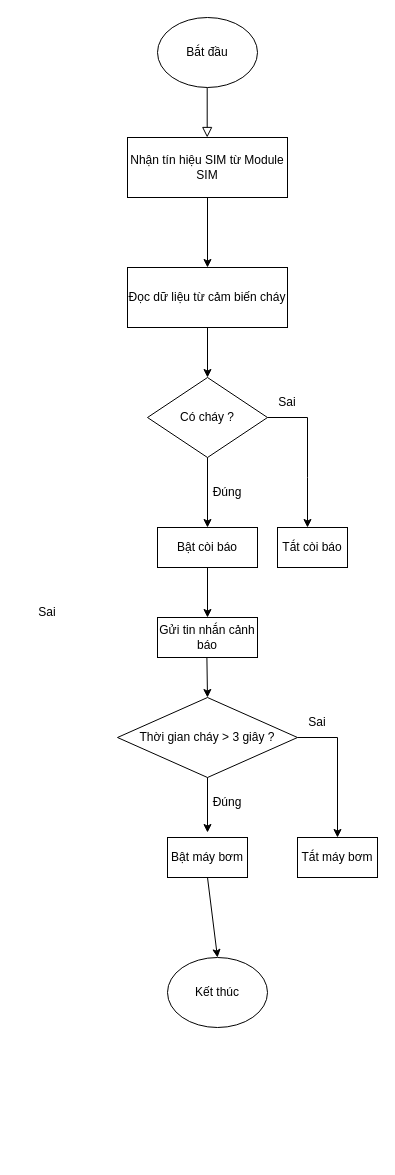
Before: block_diagram/flowchart_canhbaochay.drawio in imvietp/Final_Thesis, a draw.io diagram. Source tidied: cells renumbered, new cells numbered last; positions are measured from the earlier drawing's top-left corner, leaving out a move shared by most shapes. Both pictures are drawn from the tidied source at 100%, with x=0, y=0 at pixel (17, 17).
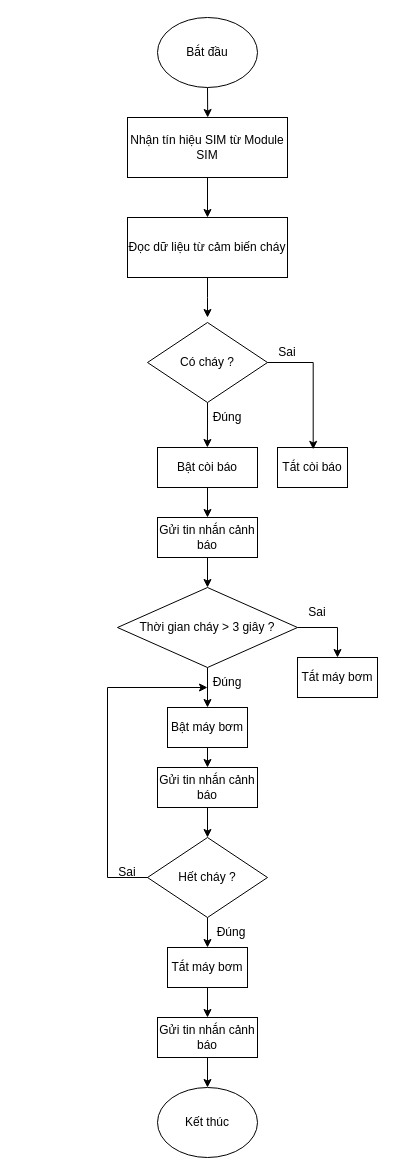
After the change.

Unchanged cells that the change refers to:
```xml
<mxCell id="3" value="Bắt đầu" style="ellipse;whiteSpace=wrap;html=1;" parent="1" vertex="1">
  <mxGeometry x="140" width="100" height="70" as="geometry" />
</mxCell>
```

Diff of the diagram source:
```diff
@@
-    <mxCell id="2" style="rounded=0;html=1;jettySize=auto;orthogonalLoop=1;fontSize=11;endArrow=block;endFill=0;endSize=8;strokeWidth=1;shadow=0;labelBackgroundColor=none;edgeStyle=orthogonalEdgeStyle;" parent="1" edge="1">
-      <mxGeometry relative="1" as="geometry">
-        <mxPoint x="189.7" y="70" as="sourcePoint" />
-        <mxPoint x="189.7" y="120" as="targetPoint" />
-      </mxGeometry>
-    </mxCell>
+    <mxCell id="28" style="edgeStyle=orthogonalEdgeStyle;rounded=0;jettySize=auto;html=1;exitX=0.5;exitY=1;exitDx=0;exitDy=0;" parent="1" edge="1" source="3">
+      <mxGeometry relative="1" as="geometry">
+        <mxPoint x="190.2" y="100" as="targetPoint" />
+      </mxGeometry>
+    </mxCell>
@@
+    <mxCell id="29" style="edgeStyle=orthogonalEdgeStyle;rounded=0;jettySize=auto;html=1;exitX=0.5;exitY=1;exitDx=0;exitDy=0;" parent="1" edge="1" source="4">
+      <mxGeometry relative="1" as="geometry">
+        <mxPoint x="189.9" y="430" as="targetPoint" />
+      </mxGeometry>
+    </mxCell>
     <mxCell id="4" value="Có cháy ?" style="rhombus;whiteSpace=wrap;html=1;" parent="1" vertex="1">
-      <mxGeometry x="130" y="360" width="120" height="80" as="geometry" />
+      <mxGeometry x="130" y="305" width="120" height="80" as="geometry" />
     </mxCell>
-    <mxCell id="5" style="endArrow=classic;html=1;rounded=0;exitX=0.5;exitY=1;exitDx=0;exitDy=0;" parent="1" edge="1" source="4">
-      <mxGeometry relative="1" as="geometry">
-        <mxPoint x="190" y="510" as="targetPoint" />
-      </mxGeometry>
-    </mxCell>
     <mxCell id="6" value="Đúng" style="text;html=1;align=center;verticalAlign=middle;whiteSpace=wrap;rounded=0;" parent="1" vertex="1">
-      <mxGeometry x="180" y="460" width="60" height="30" as="geometry" />
+      <mxGeometry x="180" y="385" width="60" height="30" as="geometry" />
     </mxCell>
-    <mxCell id="7" style="endArrow=classic;html=1;rounded=0;exitX=1;exitY=0.5;exitDx=0;exitDy=0;" parent="1" edge="1" source="4">
-      <mxGeometry relative="1" as="geometry">
-        <mxPoint x="290" y="510" as="targetPoint" />
-        <Array as="points">
-          <mxPoint x="290" y="400" />
-          <mxPoint x="290" y="460" />
-        </Array>
-      </mxGeometry>
-    </mxCell>
     <mxCell id="8" value="Sai" style="text;html=1;align=center;verticalAlign=middle;whiteSpace=wrap;rounded=0;" parent="1" vertex="1">
-      <mxGeometry x="240" y="370" width="60" height="30" as="geometry" />
+      <mxGeometry x="240" y="320" width="60" height="30" as="geometry" />
     </mxCell>
+    <mxCell id="30" style="edgeStyle=orthogonalEdgeStyle;rounded=0;jettySize=auto;html=1;exitX=0.5;exitY=1;exitDx=0;exitDy=0;entryX=0.5;entryY=0;entryDx=0;entryDy=0;" parent="1" edge="1" source="9" target="22">
+      <mxGeometry relative="1" as="geometry" />
+    </mxCell>
     <mxCell id="9" value="Bật còi báo" style="rounded=0;whiteSpace=wrap;html=1;" parent="1" vertex="1">
-      <mxGeometry x="140" y="510" width="100" height="40" as="geometry" />
+      <mxGeometry x="140" y="430" width="100" height="40" as="geometry" />
     </mxCell>
     <mxCell id="10" value="Tắt còi báo" style="rounded=0;whiteSpace=wrap;html=1;" parent="1" vertex="1">
-      <mxGeometry x="260" y="510" width="70" height="40" as="geometry" />
+      <mxGeometry x="260" y="430" width="70" height="40" as="geometry" />
     </mxCell>
-    <mxCell id="11" style="endArrow=classic;html=1;rounded=0;exitX=0.5;exitY=1;exitDx=0;exitDy=0;" parent="1" edge="1" source="9">
-      <mxGeometry relative="1" as="geometry">
-        <mxPoint x="190" y="600" as="targetPoint" />
-      </mxGeometry>
-    </mxCell>
+    <mxCell id="31" style="edgeStyle=orthogonalEdgeStyle;rounded=0;jettySize=auto;html=1;exitX=0.5;exitY=1;exitDx=0;exitDy=0;entryX=0.5;entryY=0;entryDx=0;entryDy=0;" parent="1" edge="1" source="12" target="14">
+      <mxGeometry relative="1" as="geometry" />
+    </mxCell>
     <mxCell id="12" value="Thời gian cháy &amp;gt; 3 giây ?" style="rhombus;whiteSpace=wrap;html=1;" parent="1" vertex="1">
-      <mxGeometry x="100" y="680" width="180" height="80" as="geometry" />
+      <mxGeometry x="100" y="570" width="180" height="80" as="geometry" />
     </mxCell>
-    <mxCell id="13" value="Sai" style="text;html=1;align=center;verticalAlign=middle;whiteSpace=wrap;rounded=0;" parent="1" vertex="1">
-      <mxGeometry y="580" width="60" height="30" as="geometry" />
-    </mxCell>
+    <mxCell id="32" style="edgeStyle=orthogonalEdgeStyle;rounded=0;jettySize=auto;html=1;exitX=0.5;exitY=1;exitDx=0;exitDy=0;entryX=0.5;entryY=0;entryDx=0;entryDy=0;" parent="1" edge="1" source="14" target="42">
+      <mxGeometry relative="1" as="geometry" />
+    </mxCell>
     <mxCell id="14" value="Bật máy bơm" style="rounded=0;whiteSpace=wrap;html=1;" parent="1" vertex="1">
-      <mxGeometry x="150" y="820" width="80" height="40" as="geometry" />
+      <mxGeometry x="150" y="690" width="80" height="40" as="geometry" />
     </mxCell>
-    <mxCell id="15" style="endArrow=classic;html=1;rounded=0;exitX=0.5;exitY=1;exitDx=0;exitDy=0;entryX=0;entryY=0.5;entryDx=0;entryDy=0;" parent="1" edge="1" source="12">
-      <mxGeometry relative="1" as="geometry">
-        <mxPoint x="190" y="815" as="targetPoint" />
-      </mxGeometry>
-    </mxCell>
-    <mxCell id="16" style="endArrow=classic;html=1;rounded=0;exitX=0.5;exitY=1;exitDx=0;exitDy=0;" parent="1" edge="1" source="14">
-      <mxGeometry relative="1" as="geometry">
-        <mxPoint x="200" y="940" as="targetPoint" />
-      </mxGeometry>
-    </mxCell>
     <mxCell id="17" value="Kết thúc" style="ellipse;whiteSpace=wrap;html=1;" parent="1" vertex="1">
-      <mxGeometry x="150" y="940" width="100" height="70" as="geometry" />
+      <mxGeometry x="140" y="1070" width="100" height="70" as="geometry" />
     </mxCell>
+    <mxCell id="33" style="edgeStyle=orthogonalEdgeStyle;rounded=0;jettySize=auto;html=1;" parent="1" edge="1" source="18">
+      <mxGeometry relative="1" as="geometry">
+        <mxPoint x="190" y="300" as="targetPoint" />
+      </mxGeometry>
+    </mxCell>
     <mxCell id="18" value="Đọc dữ liệu từ cảm biến cháy" style="rounded=0;whiteSpace=wrap;html=1;" parent="1" vertex="1">
-      <mxGeometry x="110" y="250" width="160" height="60" as="geometry" />
+      <mxGeometry x="110" y="200" width="160" height="60" as="geometry" />
     </mxCell>
-    <mxCell id="19" style="endArrow=classic;html=1;rounded=0;exitX=0.5;exitY=1;exitDx=0;exitDy=0;entryX=0.5;entryY=0;entryDx=0;entryDy=0;" parent="1" edge="1" target="4">
-      <mxGeometry relative="1" as="geometry">
-        <mxPoint x="190" y="310" as="sourcePoint" />
-      </mxGeometry>
-    </mxCell>
     <mxCell id="20" value="Nhận tín hiệu SIM từ Module SIM" style="rounded=0;whiteSpace=wrap;html=1;" parent="1" vertex="1">
-      <mxGeometry x="110" y="120" width="160" height="60" as="geometry" />
+      <mxGeometry x="110" y="100" width="160" height="60" as="geometry" />
     </mxCell>
-    <mxCell id="21" style="endArrow=classic;html=1;rounded=0;exitX=0.5;exitY=1;exitDx=0;exitDy=0;entryX=0.5;entryY=0;entryDx=0;entryDy=0;" parent="1" edge="1" source="20" target="18">
-      <mxGeometry relative="1" as="geometry" />
+    <mxCell id="21" style="endArrow=classic;html=1;rounded=0;exitX=0.5;exitY=1;exitDx=0;exitDy=0;" parent="1" edge="1" source="20">
+      <mxGeometry relative="1" as="geometry">
+        <mxPoint x="190" y="200" as="targetPoint" />
+      </mxGeometry>
     </mxCell>
     <mxCell id="22" value="Gửi tin nhắn cảnh báo" style="rounded=0;whiteSpace=wrap;html=1;" parent="1" vertex="1">
-      <mxGeometry x="140" y="600" width="100" height="40" as="geometry" />
+      <mxGeometry x="140" y="500" width="100" height="40" as="geometry" />
     </mxCell>
-    <mxCell id="23" style="endArrow=classic;html=1;rounded=0;exitX=0.5;exitY=1;exitDx=0;exitDy=0;entryX=0.5;entryY=0;entryDx=0;entryDy=0;" parent="1" edge="1" target="12">
-      <mxGeometry relative="1" as="geometry">
-        <mxPoint x="189.4" y="640" as="sourcePoint" />
-      </mxGeometry>
-    </mxCell>
     <mxCell id="24" value="Đúng" style="text;html=1;align=center;verticalAlign=middle;whiteSpace=wrap;rounded=0;" parent="1" vertex="1">
-      <mxGeometry x="180" y="770" width="60" height="30" as="geometry" />
+      <mxGeometry x="180" y="650" width="60" height="30" as="geometry" />
     </mxCell>
     <mxCell id="25" value="Tắt máy bơm" style="rounded=0;whiteSpace=wrap;html=1;" parent="1" vertex="1">
-      <mxGeometry x="280" y="820" width="80" height="40" as="geometry" />
+      <mxGeometry x="280" y="640" width="80" height="40" as="geometry" />
     </mxCell>
     <mxCell id="26" style="endArrow=classic;html=1;rounded=0;exitX=1;exitY=0.5;exitDx=0;exitDy=0;entryX=0.5;entryY=0;entryDx=0;entryDy=0;" parent="1" edge="1" source="12" target="25">
       <mxGeometry relative="1" as="geometry">
         <Array as="points">
-          <mxPoint x="320" y="720" />
+          <mxPoint x="320" y="610" />
         </Array>
       </mxGeometry>
     </mxCell>
     <mxCell id="27" value="Sai" style="text;html=1;align=center;verticalAlign=middle;whiteSpace=wrap;rounded=0;" parent="1" vertex="1">
-      <mxGeometry x="270" y="690" width="60" height="30" as="geometry" />
+      <mxGeometry x="270" y="580" width="60" height="30" as="geometry" />
     </mxCell>
+    <mxCell id="34" style="edgeStyle=orthogonalEdgeStyle;rounded=0;jettySize=auto;html=1;exitX=0.5;exitY=1;exitDx=0;exitDy=0;entryX=0.5;entryY=0;entryDx=0;entryDy=0;" parent="1" edge="1" source="36" target="38">
+      <mxGeometry relative="1" as="geometry" />
+    </mxCell>
+    <mxCell id="35" style="edgeStyle=orthogonalEdgeStyle;rounded=0;orthogonalLoop=1;jettySize=auto;html=1;exitX=0;exitY=0.5;exitDx=0;exitDy=0;" parent="1" edge="1">
+      <mxGeometry relative="1" as="geometry">
+        <mxPoint x="135" y="860" as="sourcePoint" />
+        <mxPoint x="190" y="670" as="targetPoint" />
+        <Array as="points">
+          <mxPoint x="90" y="860" />
+          <mxPoint x="90" y="670" />
+        </Array>
+      </mxGeometry>
+    </mxCell>
+    <mxCell id="36" value="Hết cháy ?" style="rhombus;whiteSpace=wrap;html=1;" parent="1" vertex="1">
+      <mxGeometry x="130" y="820" width="120" height="80" as="geometry" />
+    </mxCell>
+    <mxCell id="37" style="edgeStyle=orthogonalEdgeStyle;rounded=0;jettySize=auto;html=1;exitX=0.5;exitY=1;exitDx=0;exitDy=0;entryX=0.5;entryY=0;entryDx=0;entryDy=0;" parent="1" edge="1" source="38" target="44">
+      <mxGeometry relative="1" as="geometry" />
+    </mxCell>
+    <mxCell id="38" value="Tắt máy bơm" style="rounded=0;whiteSpace=wrap;html=1;" parent="1" vertex="1">
+      <mxGeometry x="150" y="930" width="80" height="40" as="geometry" />
+    </mxCell>
+    <mxCell id="39" value="Đúng" style="text;html=1;align=center;verticalAlign=middle;whiteSpace=wrap;rounded=0;" parent="1" vertex="1">
+      <mxGeometry x="184" y="900" width="60" height="30" as="geometry" />
+    </mxCell>
+    <mxCell id="13" value="Sai" style="text;html=1;align=center;verticalAlign=middle;whiteSpace=wrap;rounded=0;" parent="1" vertex="1">
+      <mxGeometry x="80" y="840" width="60" height="30" as="geometry" />
+    </mxCell>
+    <mxCell id="40" style="endArrow=classic;html=1;rounded=0;exitX=0.5;exitY=1;exitDx=0;exitDy=0;" parent="1" edge="1" source="22">
+      <mxGeometry relative="1" as="geometry">
+        <mxPoint x="190" y="570" as="targetPoint" />
+      </mxGeometry>
+    </mxCell>
+    <mxCell id="41" style="edgeStyle=orthogonalEdgeStyle;rounded=0;jettySize=auto;html=1;exitX=0.5;exitY=1;exitDx=0;exitDy=0;entryX=0.5;entryY=0;entryDx=0;entryDy=0;" parent="1" edge="1" source="42" target="36">
+      <mxGeometry relative="1" as="geometry" />
+    </mxCell>
+    <mxCell id="42" value="Gửi tin nhắn cảnh báo" style="rounded=0;whiteSpace=wrap;html=1;" parent="1" vertex="1">
+      <mxGeometry x="140" y="750" width="100" height="40" as="geometry" />
+    </mxCell>
+    <mxCell id="43" style="edgeStyle=orthogonalEdgeStyle;rounded=0;jettySize=auto;html=1;exitX=0.5;exitY=1;exitDx=0;exitDy=0;entryX=0.5;entryY=0;entryDx=0;entryDy=0;" parent="1" edge="1" source="44" target="17">
+      <mxGeometry relative="1" as="geometry" />
+    </mxCell>
+    <mxCell id="44" value="Gửi tin nhắn cảnh báo" style="rounded=0;whiteSpace=wrap;html=1;" parent="1" vertex="1">
+      <mxGeometry x="140" y="1000" width="100" height="40" as="geometry" />
+    </mxCell>
+    <mxCell id="45" style="edgeStyle=orthogonalEdgeStyle;rounded=0;jettySize=auto;html=1;exitX=1;exitY=0.5;exitDx=0;exitDy=0;entryX=0.51;entryY=0.047;entryDx=0;entryDy=0;entryPerimeter=0;" parent="1" edge="1" source="4" target="10">
+      <mxGeometry relative="1" as="geometry" />
+    </mxCell>
```
